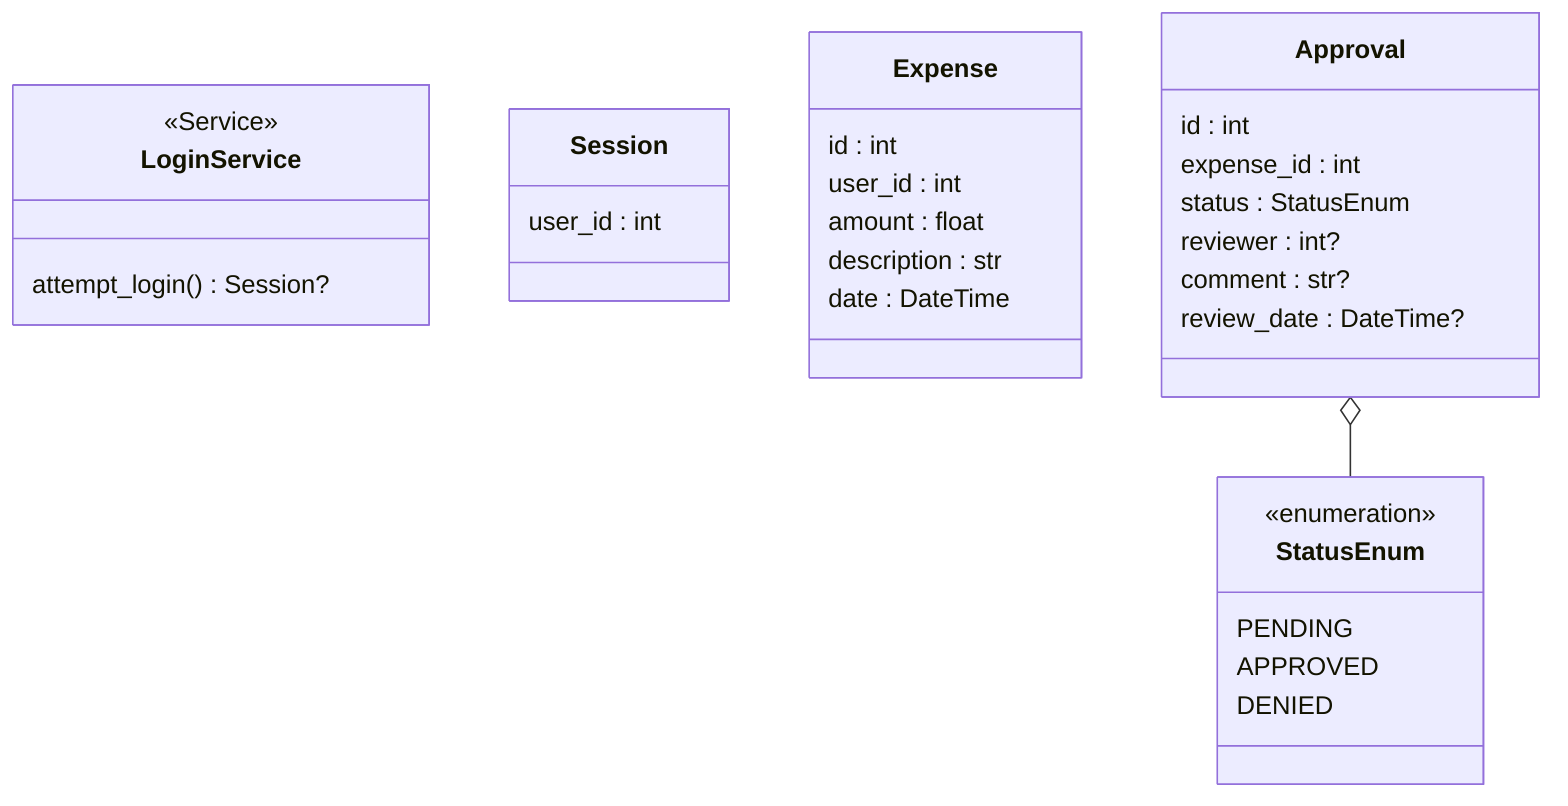
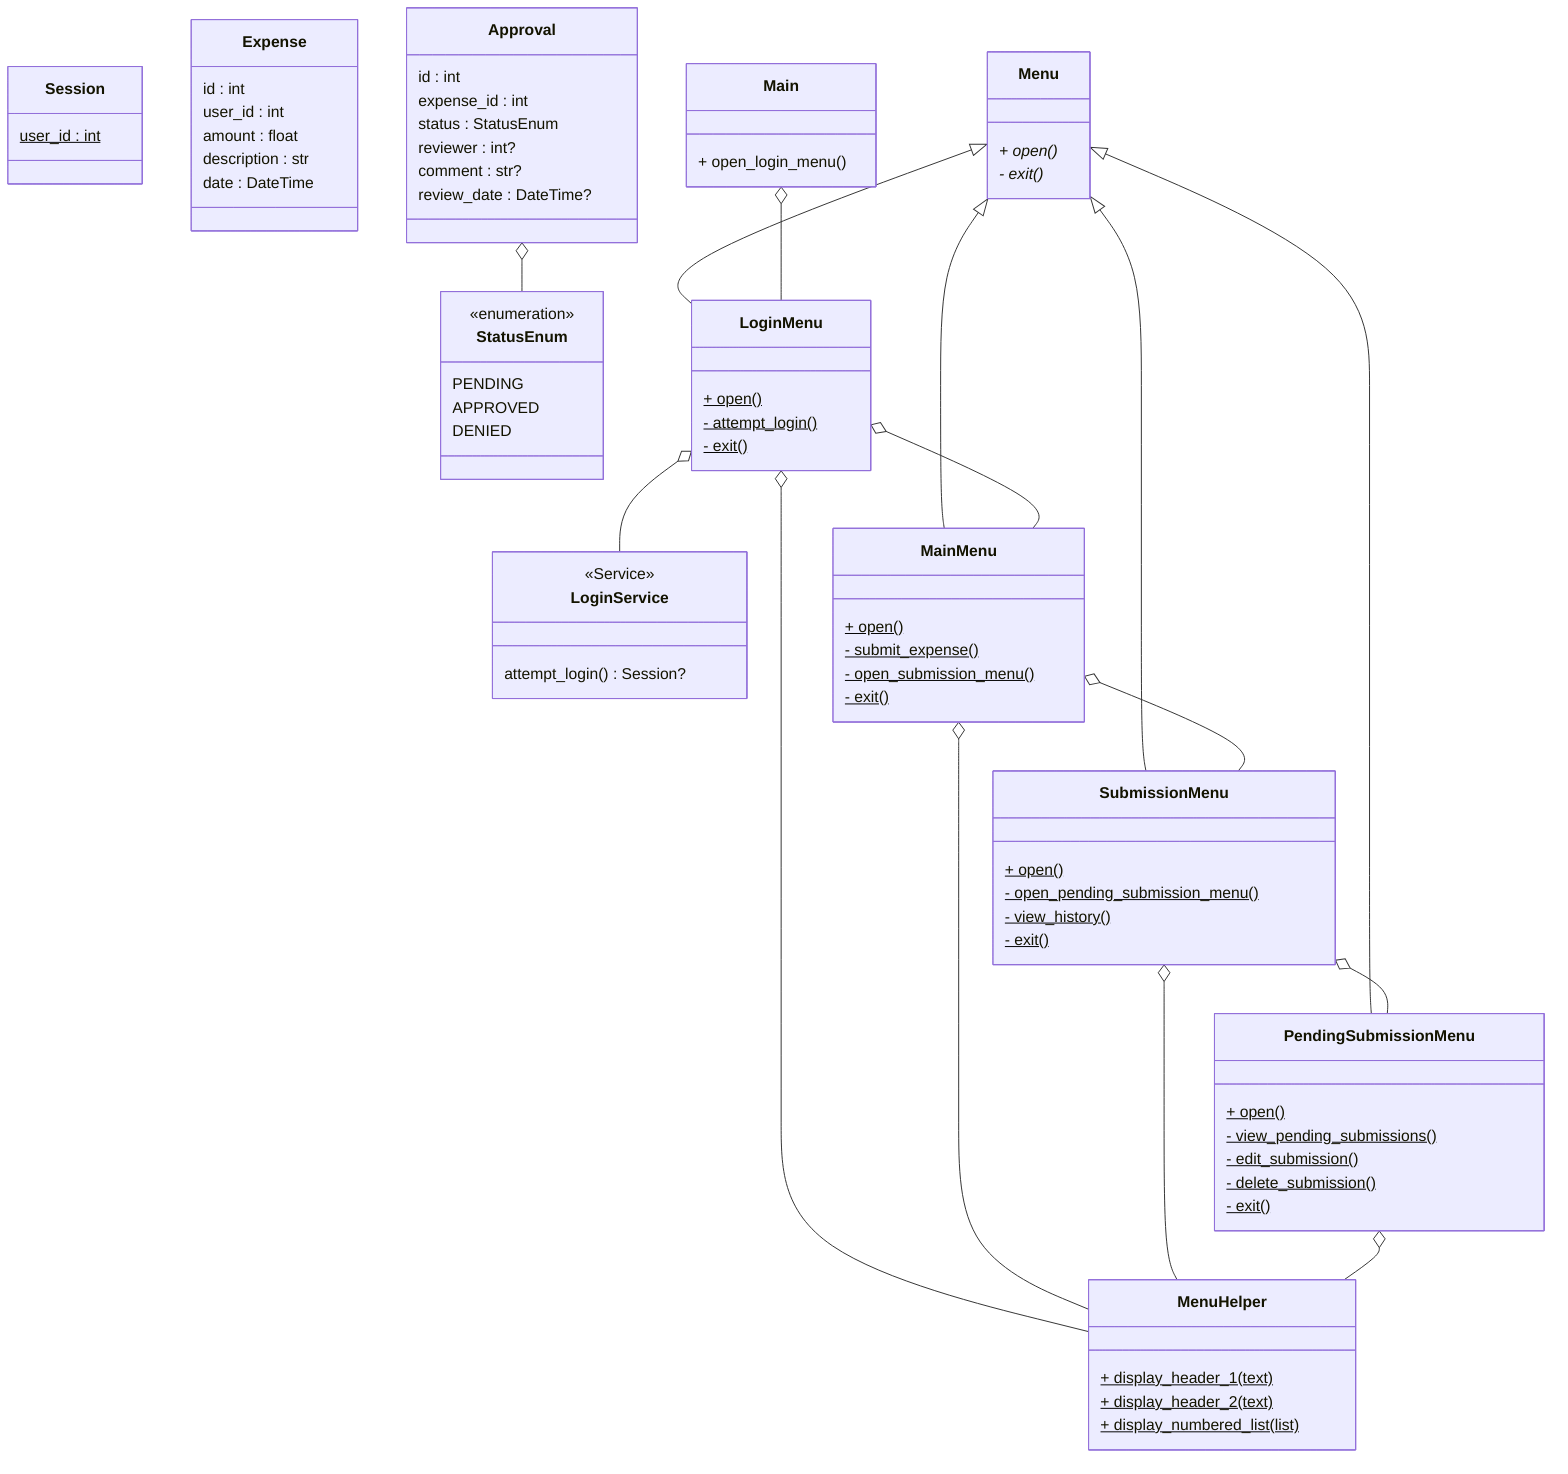
classDiagram
    class LoginService {
        <<Service>>
        attempt_login() Session?
    }

    class Session {
-         user_id : int
+         user_id : int$
    }

    class Expense {
        id : int
        user_id : int
        amount : float
        description : str
        date : DateTime
    }

    class Approval {
        id : int
        expense_id : int
        status : StatusEnum
        reviewer : int?
        comment : str?
        review_date : DateTime?
    }

    class StatusEnum {
        <<enumeration>>
        PENDING
        APPROVED
        DENIED
    }

-     Approval o-- StatusEnum+     class Menu {
+         + open()*
+         - exit()*
+     }
+ 
+     class LoginMenu {
+         + open()$
+         - attempt_login()$
+         - exit()$
+     }
+ 
+     class MainMenu {
+         + open()$
+         - submit_expense()$
+         - open_submission_menu()$
+         - exit()$
+     }
+ 
+     class SubmissionMenu {
+         + open()$
+         - open_pending_submission_menu()$
+         - view_history()$
+         - exit()$
+     }
+ 
+     class PendingSubmissionMenu {
+         + open()$
+         - view_pending_submissions()$
+         - edit_submission()$
+         - delete_submission()$
+         - exit()$
+     }
+ 
+     class Main {
+         + open_login_menu()
+     }
+ 
+     class MenuHelper {
+         + display_header_1(text)$
+         + display_header_2(text)$
+         + display_numbered_list(list)$
+     }
+ 
+ 
+ 
+     Approval o-- StatusEnum
+ 
+     Menu <|-- LoginMenu
+     Menu <|-- MainMenu
+     Menu <|-- SubmissionMenu
+     Menu <|-- PendingSubmissionMenu
+ 
+     Main o-- LoginMenu
+     LoginMenu o-- MainMenu
+     MainMenu o-- SubmissionMenu
+     SubmissionMenu o-- PendingSubmissionMenu
+ 
+     LoginMenu o-- MenuHelper
+     MainMenu o-- MenuHelper
+     SubmissionMenu o-- MenuHelper
+     PendingSubmissionMenu o-- MenuHelper
+ 
+     LoginMenu o-- LoginService